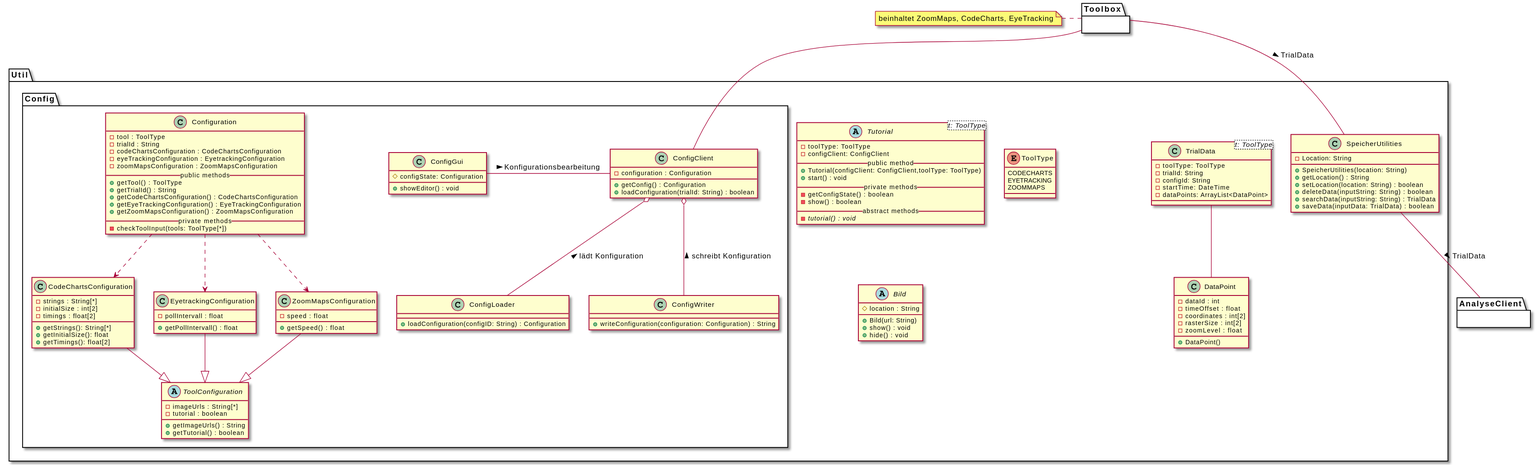
Earlier version of the PlantUML export uml-class/util/util.svg (weichware-10/dokumente).
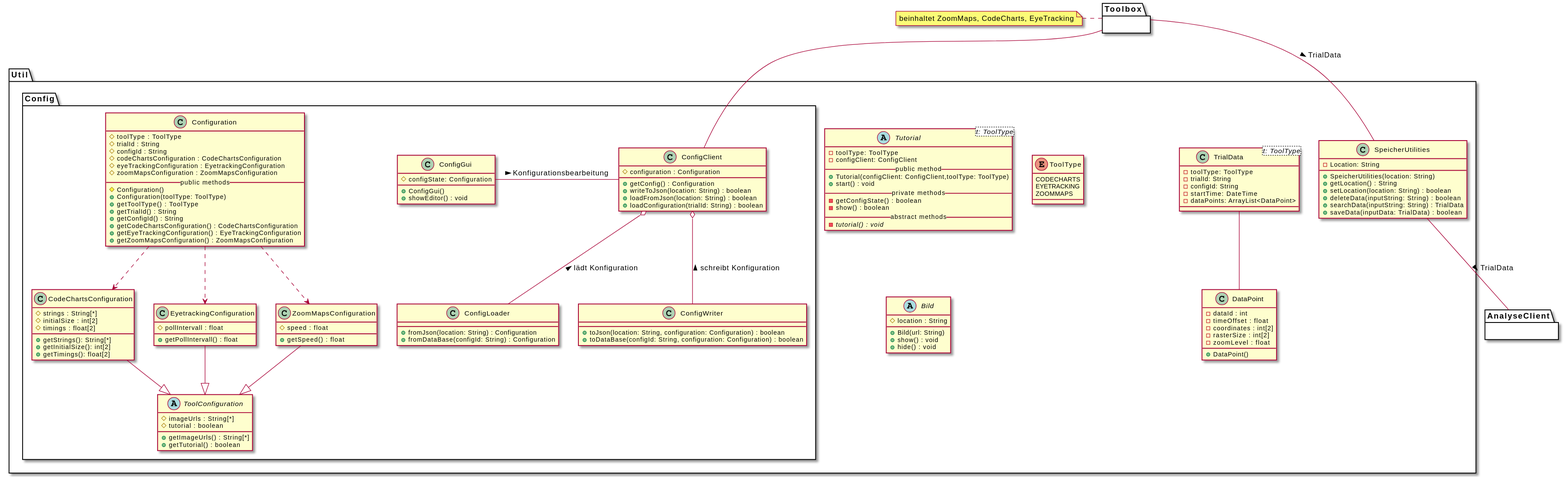
After the commit.

Commit message:
[chore] rendered SVGs

The edit, as a diff of the source:
```diff
@@ -57,55 +57,62 @@
 
     package Config {
         class ConfigClient {
-            - configuration : Configuration
+            # configuration : Configuration
             + getConfig() : Configuration
+            + writeToJson(location: String) : boolean
+            + loadFromJson(location: String) : boolean
             + loadConfiguration(trialId: String) : boolean
         }
         class ConfigLoader {
-            + loadConfiguration(configID: String) : Configuration
+            + fromJson(location: String) : Configuration
+            + fromDataBase(configId: String) : Configuration
         }
         class ConfigWriter {
-            + writeConfiguration(configuration: Configuration) : String
+            + toJson(location: String, configuration: Configuration) : boolean
+            + toDataBase(configId: String, configuration: Configuration) : boolean
         }
         class ConfigGui {
             # configState: Configuration
+            + ConfigGui()
             + showEditor() : void
         }
         class Configuration {
-            - tool : ToolType
-            - trialId : String
-            - codeChartsConfiguration : CodeChartsConfiguration
-            - eyeTrackingConfiguration : EyetrackingConfiguration
-            - zoomMapsConfiguration : ZoomMapsConfiguration
+            # toolType : ToolType
+            # trialId : String
+            # configId : String
+            # codeChartsConfiguration : CodeChartsConfiguration
+            # eyeTrackingConfiguration : EyetrackingConfiguration
+            # zoomMapsConfiguration : ZoomMapsConfiguration
             __public methods__
-            + getTool() : ToolType
+            # Configuration()
+            + Configuration(toolType: ToolType)
+            + getToolType() : ToolType
             + getTrialId() : String
+            + getConfigId() : String
             + getCodeChartsConfiguration() : CodeChartsConfiguration
             + getEyeTrackingConfiguration() : EyeTrackingConfiguration
             + getZoomMapsConfiguration() : ZoomMapsConfiguration
-            __private methods__
-            - checkToolInput(tools: ToolType[*])
         }
         class CodeChartsConfiguration {
-            - strings : String[*]
-            - initialSize : int[2]
-            - timings : float[2]
+            # strings : String[*]
+            # initialSize : int[2]
+            # timings : float[2]
             + getStrings(): String[*]
-            + getInitialSize(): float
+            + getInitialSize(): int[2]
             + getTimings(): float[2]
         }
         class EyetrackingConfiguration {
-            - pollIntervall : float
+            # pollIntervall : float
             + getPollIntervall() : float
         }
         class ZoomMapsConfiguration {
-            - speed : float
+            # speed : float
             + getSpeed() : float
         }
         abstract ToolConfiguration {
-            - imageUrls : String[*]
-            - tutorial : boolean
-            + getImageUrls() : String
+            # imageUrls : String[*]
+            # tutorial : boolean
+            + getImageUrls() : String[*]
             + getTutorial() : boolean
         }
 
```
